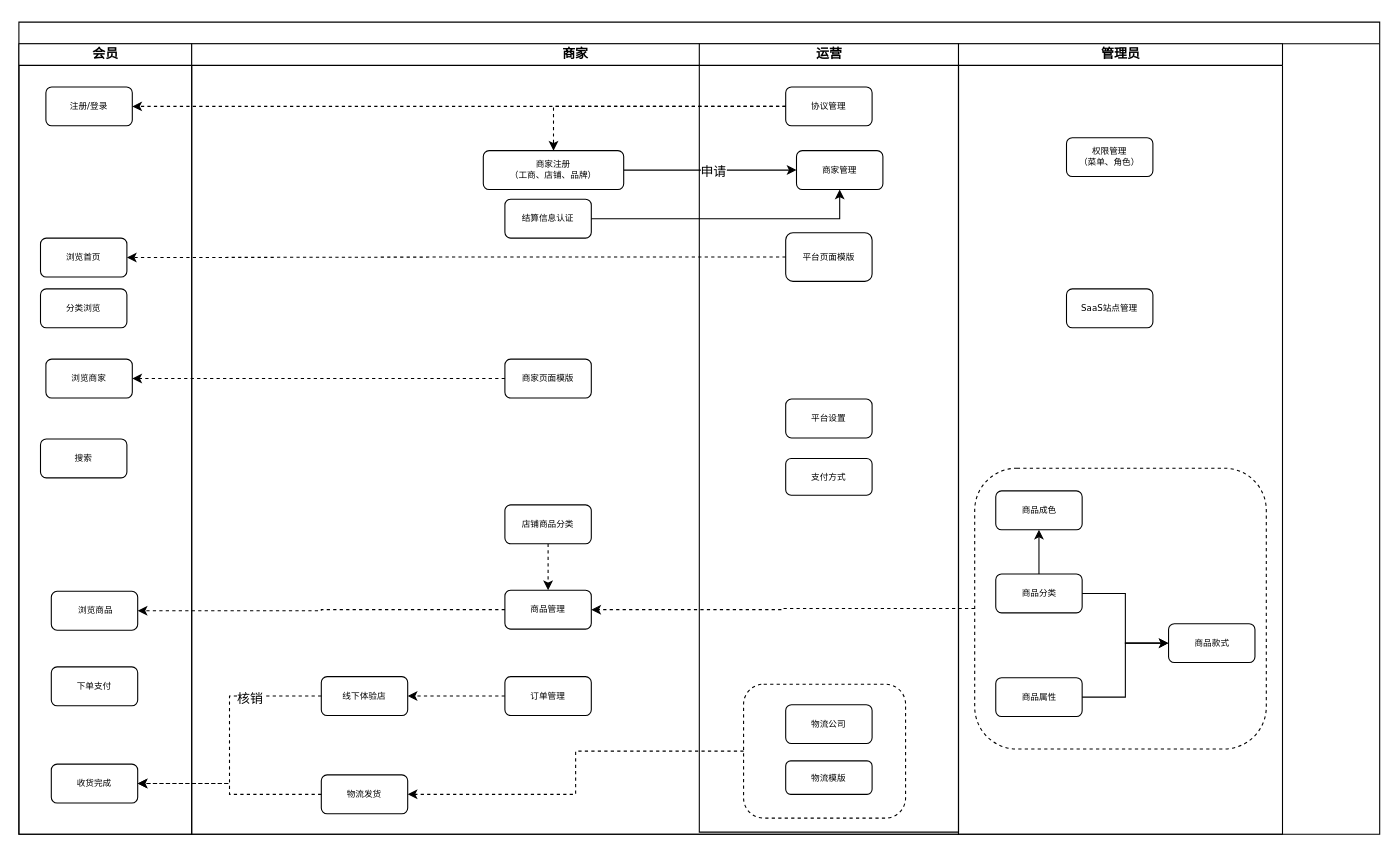
This is page "产业链" (2 of 3) of wujianlian-V2.0.drawio from ics86/ThisIsTest, a draw.io file, before an edit. Source tidied: cells renumbered, new cells numbered last; positions are measured from the earlier drawing's top-left corner, leaving out a move shared by most shapes. Both pictures are drawn from the tidied source at 108%, with x=0, y=0 at pixel (18, 18).
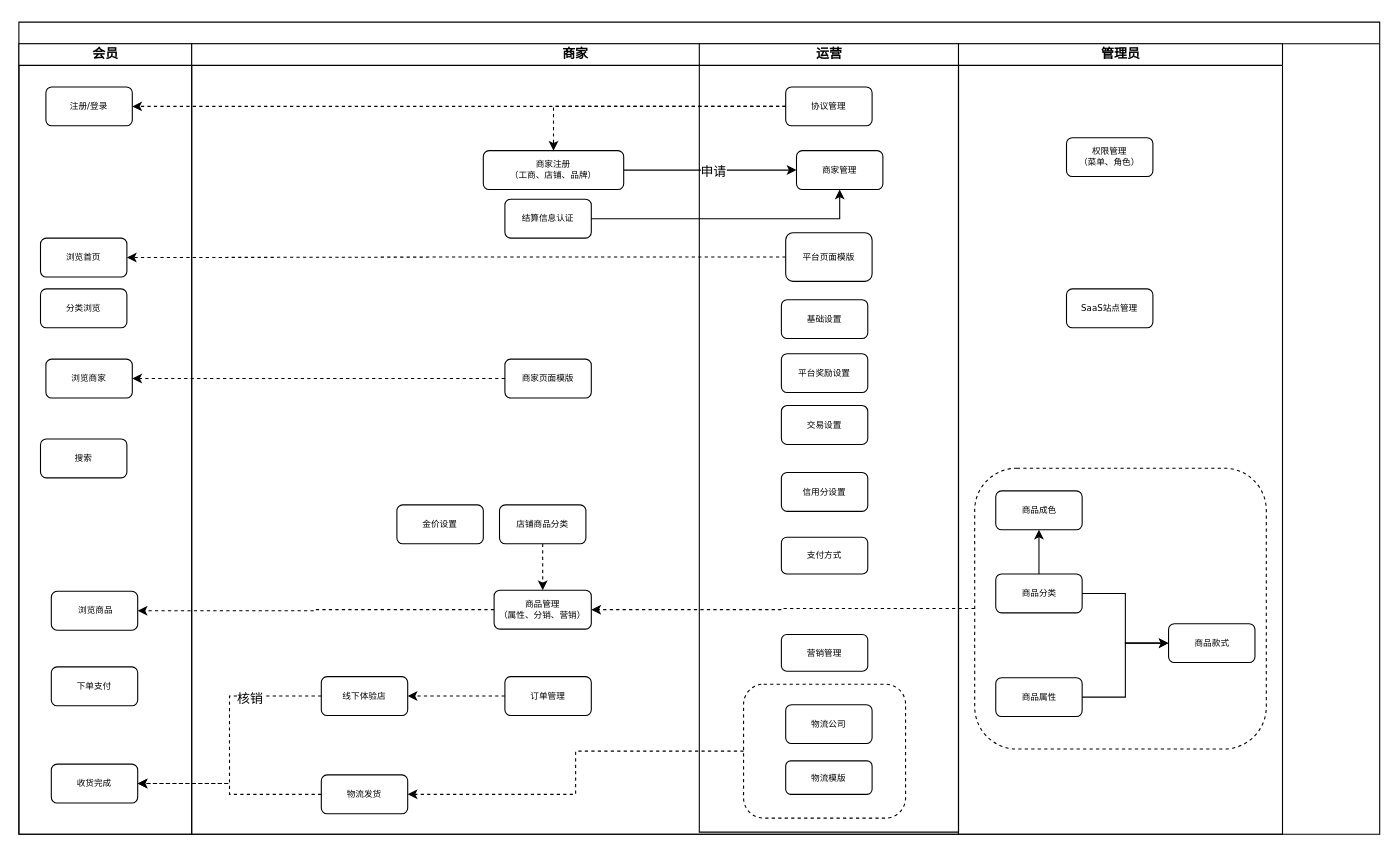
After the change.

Unchanged cells that the change refers to:
```xml
<mxCell id="13" value="商家" style="swimlane;html=1;startSize=20;" parent="3" vertex="1">
  <mxGeometry x="160" y="20" width="710" height="732" as="geometry" />
</mxCell>
<mxCell id="17" value="运营" style="swimlane;html=1;startSize=20;" parent="13" vertex="1">
  <mxGeometry x="470" width="240" height="730" as="geometry" />
</mxCell>
```

Change to the diagram source:
```diff
@@
+    <mxCell id="59" value="金价设置" style="rounded=1;whiteSpace=wrap;html=1;shadow=0;labelBackgroundColor=none;strokeColor=#000000;strokeWidth=1;fillColor=#ffffff;fontFamily=Verdana;fontSize=8;fontColor=#000000;align=center;" parent="13" vertex="1">
+      <mxGeometry x="190" y="427" width="80" height="36" as="geometry" />
+    </mxCell>
@@
+    <mxCell id="60" value="营销管理" style="rounded=1;whiteSpace=wrap;html=1;shadow=0;labelBackgroundColor=none;strokeColor=#000000;strokeWidth=1;fillColor=#ffffff;fontFamily=Verdana;fontSize=8;fontColor=#000000;align=center;" parent="17" vertex="1">
+      <mxGeometry x="76" y="547" width="80" height="34" as="geometry" />
+    </mxCell>
+    <mxCell id="61" value="交易设置" style="rounded=1;whiteSpace=wrap;html=1;shadow=0;labelBackgroundColor=none;strokeColor=#000000;strokeWidth=1;fillColor=#ffffff;fontFamily=Verdana;fontSize=8;fontColor=#000000;align=center;" parent="17" vertex="1">
+      <mxGeometry x="76" y="335" width="80" height="36" as="geometry" />
+    </mxCell>
+    <mxCell id="62" value="信用分设置" style="rounded=1;whiteSpace=wrap;html=1;shadow=0;labelBackgroundColor=none;strokeColor=#000000;strokeWidth=1;fillColor=#ffffff;fontFamily=Verdana;fontSize=8;fontColor=#000000;align=center;" parent="17" vertex="1">
+      <mxGeometry x="76" y="397" width="80" height="36" as="geometry" />
+    </mxCell>
+    <mxCell id="22" value="支付方式" style="rounded=1;whiteSpace=wrap;html=1;shadow=0;labelBackgroundColor=none;strokeColor=#000000;strokeWidth=1;fillColor=#ffffff;fontFamily=Verdana;fontSize=8;fontColor=#000000;align=center;" parent="17" vertex="1">
+      <mxGeometry x="76" y="457" width="80" height="34" as="geometry" />
+    </mxCell>
@@
-    <mxCell id="19" value="平台设置" style="rounded=1;whiteSpace=wrap;html=1;shadow=0;labelBackgroundColor=none;strokeColor=#000000;strokeWidth=1;fillColor=#ffffff;fontFamily=Verdana;fontSize=8;fontColor=#000000;align=center;" parent="17" vertex="1">
-      <mxGeometry x="80" y="329" width="80" height="36" as="geometry" />
-    </mxCell>
@@
-    <mxCell id="22" value="支付方式" style="rounded=1;whiteSpace=wrap;html=1;shadow=0;labelBackgroundColor=none;strokeColor=#000000;strokeWidth=1;fillColor=#ffffff;fontFamily=Verdana;fontSize=8;fontColor=#000000;align=center;" parent="17" vertex="1">
-      <mxGeometry x="80" y="384" width="80" height="34" as="geometry" />
-    </mxCell>
@@
+    <mxCell id="19" value="基础设置" style="rounded=1;whiteSpace=wrap;html=1;shadow=0;labelBackgroundColor=none;strokeColor=#000000;strokeWidth=1;fillColor=#ffffff;fontFamily=Verdana;fontSize=8;fontColor=#000000;align=center;" parent="17" vertex="1">
+      <mxGeometry x="76" y="237" width="80" height="36" as="geometry" />
+    </mxCell>
+    <mxCell id="63" value="平台奖励设置" style="rounded=1;whiteSpace=wrap;html=1;shadow=0;labelBackgroundColor=none;strokeColor=#000000;strokeWidth=1;fillColor=#ffffff;fontFamily=Verdana;fontSize=8;fontColor=#000000;align=center;" parent="17" vertex="1">
+      <mxGeometry x="76" y="287" width="80" height="36" as="geometry" />
+    </mxCell>
@@
     <mxCell id="30" value="店铺商品分类" style="rounded=1;whiteSpace=wrap;html=1;shadow=0;labelBackgroundColor=none;strokeColor=#000000;strokeWidth=1;fillColor=#ffffff;fontFamily=Verdana;fontSize=8;fontColor=#000000;align=center;" parent="13" vertex="1">
-      <mxGeometry x="290" y="427" width="80" height="36" as="geometry" />
+      <mxGeometry x="285" y="427" width="80" height="36" as="geometry" />
     </mxCell>
@@
-    <mxCell id="34" value="商品管理" style="rounded=1;whiteSpace=wrap;html=1;shadow=0;labelBackgroundColor=none;strokeColor=#000000;strokeWidth=1;fillColor=#ffffff;fontFamily=Verdana;fontSize=8;fontColor=#000000;align=center;" parent="13" vertex="1">
-      <mxGeometry x="290" y="506" width="80" height="36" as="geometry" />
+    <mxCell id="34" value="商品管理&lt;br&gt;（属性、分销、营销）" style="rounded=1;whiteSpace=wrap;html=1;shadow=0;labelBackgroundColor=none;strokeColor=#000000;strokeWidth=1;fillColor=#ffffff;fontFamily=Verdana;fontSize=8;fontColor=#000000;align=center;" parent="13" vertex="1">
+      <mxGeometry x="280" y="506" width="90" height="36" as="geometry" />
     </mxCell>
```
